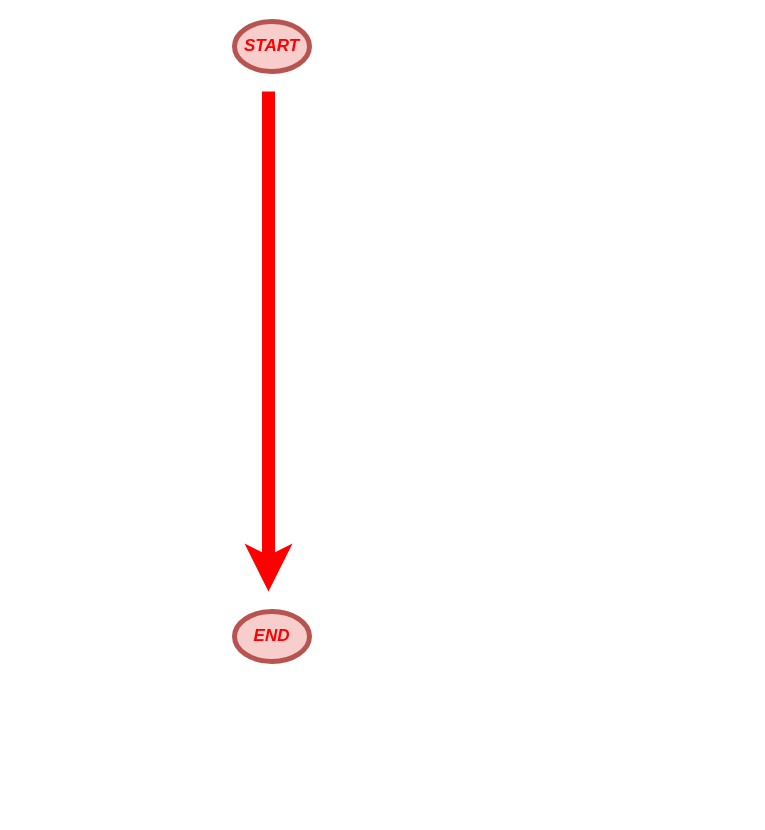
Amandine4731/holbertonschool-printf keeps this draw.io diagram as Diagramme sans nom.drawio. Above is the earlier version. Source tidied: cells renumbered, new cells numbered last; positions are measured from the earlier drawing's top-left corner, leaving out a move shared by most shapes. Both pictures are drawn from the tidied source at 100%, with x=0, y=0 at pixel (234, 21).
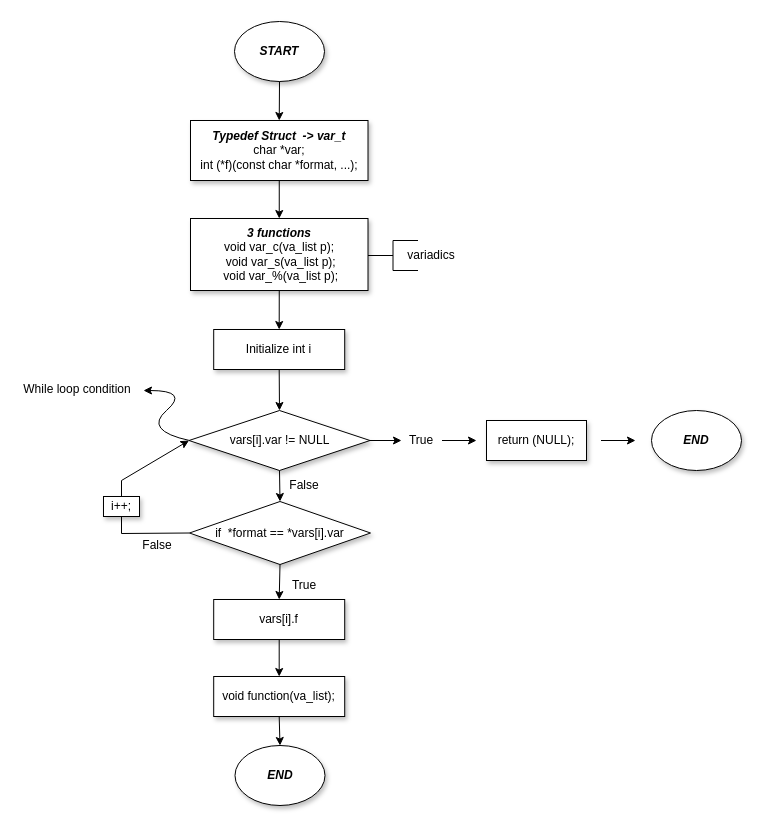
The same page after the edit.

Commit message:
Mettre à jour Diagramme sans nom.drawio

What changed in the source:
```diff
@@
-    <mxCell id="2" value="&lt;b&gt;&lt;i&gt;&lt;font color=&quot;#ff0000&quot; style=&quot;font-size: 17px;&quot;&gt;END&lt;/font&gt;&lt;/i&gt;&lt;/b&gt;" style="ellipse;whiteSpace=wrap;html=1;fillColor=#f8cecc;strokeColor=#b85450;strokeWidth=5;" parent="1" vertex="1">
-      <mxGeometry y="590" width="75" height="50" as="geometry" />
-    </mxCell>
-    <mxCell id="3" value="&lt;b&gt;&lt;i&gt;&lt;font color=&quot;#ff0000&quot; style=&quot;font-size: 17px;&quot;&gt;START&lt;/font&gt;&lt;/i&gt;&lt;/b&gt;" style="ellipse;whiteSpace=wrap;html=1;fillColor=#f8cecc;strokeColor=#b85450;strokeWidth=5;" parent="1" vertex="1">
-      <mxGeometry width="75" height="50" as="geometry" />
+    <mxCell id="3" value="&lt;b&gt;&lt;i&gt;START&lt;/i&gt;&lt;/b&gt;" style="ellipse;whiteSpace=wrap;html=1;shadow=1;" parent="1" vertex="1">
+      <mxGeometry width="90" height="60" as="geometry" />
     </mxCell>
-    <mxCell id="4" style="endArrow=classic;html=1;rounded=0;fontSize=17;fontColor=#FF0000;strokeWidth=13;strokeColor=#FF0000;" parent="1" edge="1">
-      <mxGeometry relative="1" as="geometry">
-        <mxPoint x="34" y="70" as="sourcePoint" />
-        <mxPoint x="34" y="570" as="targetPoint" />
-      </mxGeometry>
-    </mxCell>
+    <mxCell id="5" value="&lt;b&gt;&lt;i&gt;Typedef Struct&amp;nbsp; -&amp;gt; var_t&lt;/i&gt;&lt;/b&gt;&lt;br&gt;char *var;&lt;br&gt;int (*f)(const char *format, ...);" style="rounded=0;whiteSpace=wrap;html=1;shadow=1;" parent="1" vertex="1">
+      <mxGeometry x="-44" y="99" width="177.5" height="60" as="geometry" />
+    </mxCell>
+    <mxCell id="6" value="&lt;b&gt;&lt;i&gt;3 functions&lt;br&gt;&lt;/i&gt;&lt;/b&gt;&lt;div&gt;void var_c(va_list p);&lt;/div&gt;&lt;div&gt;&amp;nbsp;void var_s(va_list p);&lt;/div&gt;&lt;div&gt;&amp;nbsp;void var_%(va_list p);&lt;/div&gt;" style="rounded=0;whiteSpace=wrap;html=1;shadow=1;" parent="1" vertex="1">
+      <mxGeometry x="-44" y="197" width="177.5" height="72" as="geometry" />
+    </mxCell>
+    <mxCell id="7" style="strokeWidth=1;html=1;shape=mxgraph.flowchart.annotation_2;align=left;labelPosition=right;shadow=0;" parent="1" vertex="1">
+      <mxGeometry x="133.5" y="219" width="50" height="30" as="geometry" />
+    </mxCell>
+    <mxCell id="8" value="variadics" style="text;html=1;strokeColor=none;fillColor=none;align=center;verticalAlign=middle;whiteSpace=wrap;rounded=0;shadow=0;strokeWidth=1;" parent="1" vertex="1">
+      <mxGeometry x="167" y="219" width="60" height="30" as="geometry" />
+    </mxCell>
+    <mxCell id="9" value="Initialize int i" style="rounded=0;whiteSpace=wrap;html=1;shadow=1;strokeWidth=1;" parent="1" vertex="1">
+      <mxGeometry x="-20.8" y="308" width="131" height="40" as="geometry" />
+    </mxCell>
+    <mxCell id="10" value="vars[i].var != NULL" style="rhombus;whiteSpace=wrap;html=1;shadow=1;strokeWidth=1;" parent="1" vertex="1">
+      <mxGeometry x="-45.5" y="389" width="181" height="60" as="geometry" />
+    </mxCell>
+    <mxCell id="11" style="curved=1;endArrow=classic;html=1;rounded=0;" parent="1" edge="1">
+      <mxGeometry relative="1" as="geometry">
+        <mxPoint x="-45" y="419" as="sourcePoint" />
+        <mxPoint x="-91" y="369" as="targetPoint" />
+        <Array as="points">
+          <mxPoint x="-91" y="409" />
+          <mxPoint x="-45" y="369" />
+        </Array>
+      </mxGeometry>
+    </mxCell>
+    <mxCell id="12" value="While loop condition" style="text;html=1;strokeColor=none;fillColor=none;align=center;verticalAlign=middle;whiteSpace=wrap;rounded=0;shadow=0;strokeWidth=1;" parent="1" vertex="1">
+      <mxGeometry x="-217" y="353" width="120" height="30" as="geometry" />
+    </mxCell>
+    <mxCell id="13" style="endArrow=classic;html=1;rounded=0;exitX=1;exitY=0.5;exitDx=0;exitDy=0;" parent="1" edge="1" source="10">
+      <mxGeometry relative="1" as="geometry">
+        <mxPoint x="167" y="419" as="targetPoint" />
+      </mxGeometry>
+    </mxCell>
+    <mxCell id="14" value="True" style="text;html=1;strokeColor=none;fillColor=none;align=center;verticalAlign=middle;whiteSpace=wrap;rounded=0;shadow=0;strokeWidth=1;" parent="1" vertex="1">
+      <mxGeometry x="167" y="404" width="40" height="30" as="geometry" />
+    </mxCell>
+    <mxCell id="15" style="endArrow=classic;html=1;rounded=0;exitX=1;exitY=0.5;exitDx=0;exitDy=0;" parent="1" edge="1">
+      <mxGeometry relative="1" as="geometry">
+        <mxPoint x="207.5" y="419" as="sourcePoint" />
+        <mxPoint x="242" y="419" as="targetPoint" />
+      </mxGeometry>
+    </mxCell>
+    <mxCell id="16" value="return (NULL);" style="rounded=0;whiteSpace=wrap;html=1;shadow=1;strokeWidth=1;" parent="1" vertex="1">
+      <mxGeometry x="252" y="399" width="100" height="40" as="geometry" />
+    </mxCell>
+    <mxCell id="17" style="endArrow=classic;html=1;rounded=0;exitX=1;exitY=0.5;exitDx=0;exitDy=0;" parent="1" edge="1">
+      <mxGeometry relative="1" as="geometry">
+        <mxPoint x="366.5" y="419" as="sourcePoint" />
+        <mxPoint x="401" y="419" as="targetPoint" />
+      </mxGeometry>
+    </mxCell>
+    <mxCell id="18" value="&lt;b&gt;&lt;i&gt;END&lt;/i&gt;&lt;/b&gt;" style="ellipse;whiteSpace=wrap;html=1;shadow=1;" parent="1" vertex="1">
+      <mxGeometry x="417" y="389" width="90" height="60" as="geometry" />
+    </mxCell>
+    <mxCell id="19" style="endArrow=classic;html=1;rounded=0;exitX=0.5;exitY=1;exitDx=0;exitDy=0;entryX=0.5;entryY=0;entryDx=0;entryDy=0;" parent="1" edge="1" source="3" target="5">
+      <mxGeometry relative="1" as="geometry" />
+    </mxCell>
+    <mxCell id="20" style="endArrow=classic;html=1;rounded=0;exitX=0.5;exitY=1;exitDx=0;exitDy=0;entryX=0.5;entryY=0;entryDx=0;entryDy=0;" parent="1" edge="1" source="5" target="6">
+      <mxGeometry relative="1" as="geometry" />
+    </mxCell>
+    <mxCell id="21" style="endArrow=classic;html=1;rounded=0;exitX=0.5;exitY=1;exitDx=0;exitDy=0;entryX=0.5;entryY=0;entryDx=0;entryDy=0;" parent="1" edge="1" source="6" target="9">
+      <mxGeometry relative="1" as="geometry" />
+    </mxCell>
+    <mxCell id="22" style="endArrow=classic;html=1;rounded=0;exitX=0.5;exitY=1;exitDx=0;exitDy=0;entryX=0.5;entryY=0;entryDx=0;entryDy=0;" parent="1" edge="1" source="9" target="10">
+      <mxGeometry relative="1" as="geometry" />
+    </mxCell>
+    <mxCell id="23" value="if&amp;nbsp; *format == *vars[i].var" style="rhombus;whiteSpace=wrap;html=1;shadow=1;strokeWidth=1;" parent="1" vertex="1">
+      <mxGeometry x="-45" y="480" width="181" height="63" as="geometry" />
+    </mxCell>
+    <mxCell id="24" style="endArrow=classic;html=1;rounded=0;exitX=0.5;exitY=1;exitDx=0;exitDy=0;entryX=0.5;entryY=0;entryDx=0;entryDy=0;" parent="1" edge="1" source="10" target="23">
+      <mxGeometry relative="1" as="geometry" />
+    </mxCell>
+    <mxCell id="25" style="endArrow=classic;html=1;rounded=0;exitX=0;exitY=0.5;exitDx=0;exitDy=0;entryX=0;entryY=0.5;entryDx=0;entryDy=0;" parent="1" edge="1" source="23" target="10">
+      <mxGeometry relative="1" as="geometry">
+        <Array as="points">
+          <mxPoint x="-113" y="512" />
+          <mxPoint x="-113" y="459" />
+        </Array>
+      </mxGeometry>
+    </mxCell>
+    <mxCell id="26" value="False" style="text;html=1;strokeColor=none;fillColor=none;align=center;verticalAlign=middle;whiteSpace=wrap;rounded=0;shadow=0;strokeWidth=1;" parent="1" vertex="1">
+      <mxGeometry x="50" y="449" width="40" height="30" as="geometry" />
+    </mxCell>
+    <mxCell id="27" value="False" style="text;html=1;strokeColor=none;fillColor=none;align=center;verticalAlign=middle;whiteSpace=wrap;rounded=0;shadow=0;strokeWidth=1;" parent="1" vertex="1">
+      <mxGeometry x="-97" y="509" width="40" height="30" as="geometry" />
+    </mxCell>
+    <mxCell id="28" value="i++;" style="rounded=0;whiteSpace=wrap;html=1;shadow=1;strokeWidth=1;" parent="1" vertex="1">
+      <mxGeometry x="-131" y="475" width="36" height="20" as="geometry" />
+    </mxCell>
+    <mxCell id="29" value="True" style="text;html=1;strokeColor=none;fillColor=none;align=center;verticalAlign=middle;whiteSpace=wrap;rounded=0;shadow=0;strokeWidth=1;" parent="1" vertex="1">
+      <mxGeometry x="50" y="549" width="40" height="30" as="geometry" />
+    </mxCell>
+    <mxCell id="30" value="vars[i].f" style="rounded=0;whiteSpace=wrap;html=1;shadow=1;strokeWidth=1;" parent="1" vertex="1">
+      <mxGeometry x="-20.8" y="578" width="131" height="40" as="geometry" />
+    </mxCell>
+    <mxCell id="31" value="void function(va_list);" style="rounded=0;whiteSpace=wrap;html=1;shadow=1;strokeWidth=1;" parent="1" vertex="1">
+      <mxGeometry x="-20.8" y="655" width="131" height="40" as="geometry" />
+    </mxCell>
+    <mxCell id="32" style="endArrow=classic;html=1;rounded=0;exitX=0.5;exitY=1;exitDx=0;exitDy=0;entryX=0.5;entryY=0;entryDx=0;entryDy=0;" parent="1" edge="1" source="23" target="30">
+      <mxGeometry relative="1" as="geometry" />
+    </mxCell>
+    <mxCell id="33" style="endArrow=classic;html=1;rounded=0;exitX=0.5;exitY=1;exitDx=0;exitDy=0;entryX=0.5;entryY=0;entryDx=0;entryDy=0;" parent="1" edge="1" source="30" target="31">
+      <mxGeometry relative="1" as="geometry" />
+    </mxCell>
+    <mxCell id="34" value="&lt;b&gt;&lt;i&gt;END&lt;/i&gt;&lt;/b&gt;" style="ellipse;whiteSpace=wrap;html=1;shadow=1;" parent="1" vertex="1">
+      <mxGeometry x="0.5" y="724" width="90" height="60" as="geometry" />
+    </mxCell>
+    <mxCell id="35" style="endArrow=classic;html=1;rounded=0;exitX=0.5;exitY=1;exitDx=0;exitDy=0;entryX=0.5;entryY=0;entryDx=0;entryDy=0;" parent="1" edge="1" source="31" target="34">
+      <mxGeometry relative="1" as="geometry" />
+    </mxCell>
```
